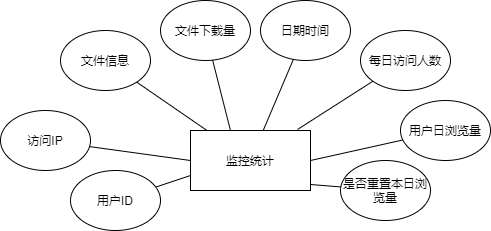
Above: 监控统计实体E-R图.png in deepinsea/draw (draw.io), before the change. Source tidied: cells renumbered, new cells last; positions are measured from the earlier drawing's top-left corner, leaving out a move shared by most shapes.
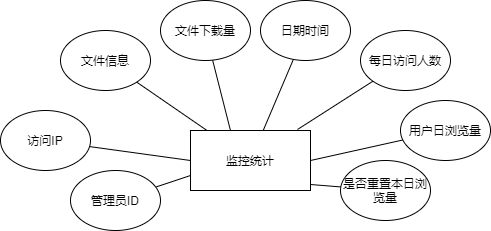
The same diagram one commit later.

Commit message:
更新监控统计实体E-R图.png

What changed in the source:
```diff
@@ -14,7 +14,7 @@
     <mxCell id="5" style="edgeStyle=none;rounded=0;jettySize=auto;html=1;entryX=0;entryY=0.75;entryDx=0;entryDy=0;endArrow=none;endFill=0;" parent="1" edge="1" source="6" target="2">
       <mxGeometry relative="1" as="geometry" />
     </mxCell>
-    <mxCell id="6" value="用户ID" style="ellipse;whiteSpace=wrap;html=1;" parent="1" vertex="1">
+    <mxCell id="6" value="管理员ID" style="ellipse;whiteSpace=wrap;html=1;" parent="1" vertex="1">
       <mxGeometry x="70" y="170" width="90" height="60" as="geometry" />
     </mxCell>
     <mxCell id="7" style="edgeStyle=none;rounded=0;jettySize=auto;html=1;endArrow=none;endFill=0;" parent="1" edge="1" source="8" target="2">
```
